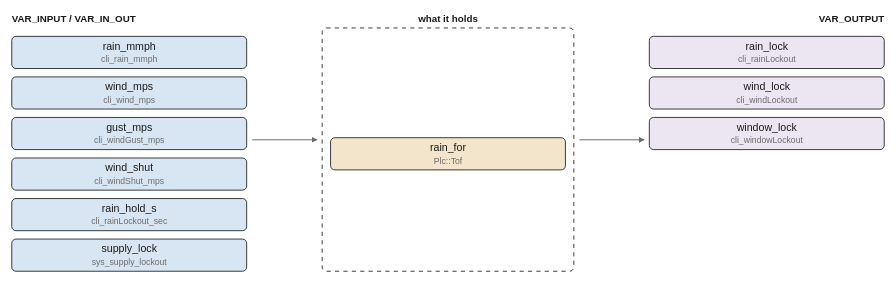
Earlier version of the draw.io export images/logic/roof_lockout.drawio.svg (pstch/botanik2). Source tidied: cells renumbered, new cells last; positions are measured from the earlier drawing's top-left corner, leaving out a move shared by most shapes. Its diagram source:
```xml
<mxGraphModel>
  <root>
    <mxCell id="0" />
    <mxCell id="1" parent="0" />
    <mxCell id="2" value="VAR_INPUT / VAR_IN_OUT" style="text;html=1;fontSize=7;fontColor=#1a1a1a;align=left;fontStyle=1;" parent="1" vertex="1">
      <mxGeometry width="110" height="11" as="geometry" />
    </mxCell>
    <mxCell id="3" value="what it holds" style="text;html=1;fontSize=7;fontColor=#1a1a1a;align=center;fontStyle=1;" parent="1" vertex="1">
      <mxGeometry x="312" width="65" height="11" as="geometry" />
    </mxCell>
    <mxCell id="4" value="VAR_OUTPUT" style="text;html=1;fontSize=7;fontColor=#1a1a1a;align=left;fontStyle=1;" parent="1" vertex="1">
      <mxGeometry x="624" width="50" height="11" as="geometry" />
    </mxCell>
    <mxCell id="5" value="rain_mmph" style="rounded=1;fillColor=#d8e6f3;strokeColor=#1a1a1a;whiteSpace=wrap;html=1;fontSize=8;" parent="1" vertex="1">
      <mxGeometry y="17" width="168" height="23" as="geometry" />
    </mxCell>
    <mxCell id="6" value="wind_mps" style="rounded=1;fillColor=#d8e6f3;strokeColor=#1a1a1a;whiteSpace=wrap;html=1;fontSize=8;" parent="1" vertex="1">
      <mxGeometry y="46" width="168" height="23" as="geometry" />
    </mxCell>
    <mxCell id="7" value="gust_mps" style="rounded=1;fillColor=#d8e6f3;strokeColor=#1a1a1a;whiteSpace=wrap;html=1;fontSize=8;" parent="1" vertex="1">
      <mxGeometry y="75" width="168" height="23" as="geometry" />
    </mxCell>
    <mxCell id="8" value="wind_shut" style="rounded=1;fillColor=#d8e6f3;strokeColor=#1a1a1a;whiteSpace=wrap;html=1;fontSize=8;" parent="1" vertex="1">
      <mxGeometry y="104" width="168" height="23" as="geometry" />
    </mxCell>
    <mxCell id="9" value="rain_hold_s" style="rounded=1;fillColor=#d8e6f3;strokeColor=#1a1a1a;whiteSpace=wrap;html=1;fontSize=8;" parent="1" vertex="1">
      <mxGeometry y="133" width="168" height="23" as="geometry" />
    </mxCell>
    <mxCell id="10" value="supply_lock" style="rounded=1;fillColor=#d8e6f3;strokeColor=#1a1a1a;whiteSpace=wrap;html=1;fontSize=8;" parent="1" vertex="1">
      <mxGeometry y="162" width="168" height="23" as="geometry" />
    </mxCell>
    <mxCell id="11" value="rain_lock" style="rounded=1;fillColor=#ece6f2;strokeColor=#1a1a1a;whiteSpace=wrap;html=1;fontSize=8;" parent="1" vertex="1">
      <mxGeometry x="456" y="17" width="168" height="23" as="geometry" />
    </mxCell>
    <mxCell id="12" value="wind_lock" style="rounded=1;fillColor=#ece6f2;strokeColor=#1a1a1a;whiteSpace=wrap;html=1;fontSize=8;" parent="1" vertex="1">
      <mxGeometry x="456" y="46" width="168" height="23" as="geometry" />
    </mxCell>
    <mxCell id="13" value="window_lock" style="rounded=1;fillColor=#ece6f2;strokeColor=#1a1a1a;whiteSpace=wrap;html=1;fontSize=8;" parent="1" vertex="1">
      <mxGeometry x="456" y="75" width="168" height="23" as="geometry" />
    </mxCell>
    <mxCell id="14" style="rounded=1;fillColor=#ffffff;strokeColor=#1a1a1a;whiteSpace=wrap;html=1;fontSize=8;dashed=1;" parent="1" vertex="1">
      <mxGeometry x="222" y="11" width="180" height="174" as="geometry" />
    </mxCell>
    <mxCell id="15" value="rain_for" style="rounded=1;fillColor=#f2e5cc;strokeColor=#1a1a1a;whiteSpace=wrap;html=1;fontSize=8;" parent="1" vertex="1">
      <mxGeometry x="228" y="89.5" width="168" height="23" as="geometry" />
    </mxCell>
    <mxCell id="16" style="edgeStyle=none;html=1;strokeColor=#6b6b6b;endArrow=block;" parent="1" edge="1">
      <mxGeometry relative="1" as="geometry">
        <mxPoint x="172" y="91" as="sourcePoint" />
        <mxPoint x="218" y="91" as="targetPoint" />
      </mxGeometry>
    </mxCell>
    <mxCell id="17" style="edgeStyle=none;html=1;strokeColor=#6b6b6b;endArrow=block;" parent="1" edge="1">
      <mxGeometry relative="1" as="geometry">
        <mxPoint x="406" y="91" as="sourcePoint" />
        <mxPoint x="452" y="91" as="targetPoint" />
      </mxGeometry>
    </mxCell>
  </root>
</mxGraphModel>
```
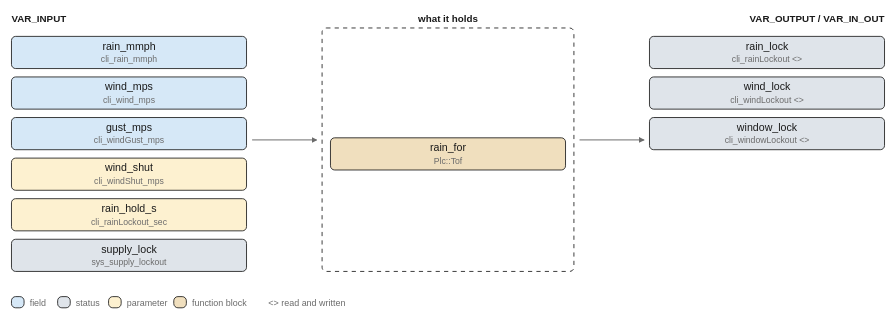
After the commit.

What changed in the source:
```diff
@@ -2,46 +2,46 @@
   <root>
     <mxCell id="0" />
     <mxCell id="1" parent="0" />
-    <mxCell id="2" value="VAR_INPUT / VAR_IN_OUT" style="text;html=1;fontSize=7;fontColor=#1a1a1a;align=left;fontStyle=1;" parent="1" vertex="1">
-      <mxGeometry width="110" height="11" as="geometry" />
+    <mxCell id="2" value="VAR_INPUT" style="text;html=1;fontSize=7;fontColor=#1a1a1a;align=left;fontStyle=1;" parent="1" vertex="1">
+      <mxGeometry width="45" height="11" as="geometry" />
     </mxCell>
     <mxCell id="3" value="what it holds" style="text;html=1;fontSize=7;fontColor=#1a1a1a;align=center;fontStyle=1;" parent="1" vertex="1">
       <mxGeometry x="312" width="65" height="11" as="geometry" />
     </mxCell>
-    <mxCell id="4" value="VAR_OUTPUT" style="text;html=1;fontSize=7;fontColor=#1a1a1a;align=left;fontStyle=1;" parent="1" vertex="1">
-      <mxGeometry x="624" width="50" height="11" as="geometry" />
+    <mxCell id="4" value="VAR_OUTPUT / VAR_IN_OUT" style="text;html=1;fontSize=7;fontColor=#1a1a1a;align=left;fontStyle=1;" parent="1" vertex="1">
+      <mxGeometry x="624" width="115" height="11" as="geometry" />
     </mxCell>
-    <mxCell id="5" value="rain_mmph" style="rounded=1;fillColor=#d8e6f3;strokeColor=#1a1a1a;whiteSpace=wrap;html=1;fontSize=8;" parent="1" vertex="1">
+    <mxCell id="5" value="rain_mmph" style="rounded=1;fillColor=#d6e8f7;strokeColor=#1a1a1a;whiteSpace=wrap;html=1;fontSize=8;" parent="1" vertex="1">
       <mxGeometry y="17" width="168" height="23" as="geometry" />
     </mxCell>
-    <mxCell id="6" value="wind_mps" style="rounded=1;fillColor=#d8e6f3;strokeColor=#1a1a1a;whiteSpace=wrap;html=1;fontSize=8;" parent="1" vertex="1">
+    <mxCell id="6" value="wind_mps" style="rounded=1;fillColor=#d6e8f7;strokeColor=#1a1a1a;whiteSpace=wrap;html=1;fontSize=8;" parent="1" vertex="1">
       <mxGeometry y="46" width="168" height="23" as="geometry" />
     </mxCell>
-    <mxCell id="7" value="gust_mps" style="rounded=1;fillColor=#d8e6f3;strokeColor=#1a1a1a;whiteSpace=wrap;html=1;fontSize=8;" parent="1" vertex="1">
+    <mxCell id="7" value="gust_mps" style="rounded=1;fillColor=#d6e8f7;strokeColor=#1a1a1a;whiteSpace=wrap;html=1;fontSize=8;" parent="1" vertex="1">
       <mxGeometry y="75" width="168" height="23" as="geometry" />
     </mxCell>
-    <mxCell id="8" value="wind_shut" style="rounded=1;fillColor=#d8e6f3;strokeColor=#1a1a1a;whiteSpace=wrap;html=1;fontSize=8;" parent="1" vertex="1">
+    <mxCell id="8" value="wind_shut" style="rounded=1;fillColor=#fdf1d0;strokeColor=#1a1a1a;whiteSpace=wrap;html=1;fontSize=8;" parent="1" vertex="1">
       <mxGeometry y="104" width="168" height="23" as="geometry" />
     </mxCell>
-    <mxCell id="9" value="rain_hold_s" style="rounded=1;fillColor=#d8e6f3;strokeColor=#1a1a1a;whiteSpace=wrap;html=1;fontSize=8;" parent="1" vertex="1">
+    <mxCell id="9" value="rain_hold_s" style="rounded=1;fillColor=#fdf1d0;strokeColor=#1a1a1a;whiteSpace=wrap;html=1;fontSize=8;" parent="1" vertex="1">
       <mxGeometry y="133" width="168" height="23" as="geometry" />
     </mxCell>
-    <mxCell id="10" value="supply_lock" style="rounded=1;fillColor=#d8e6f3;strokeColor=#1a1a1a;whiteSpace=wrap;html=1;fontSize=8;" parent="1" vertex="1">
+    <mxCell id="10" value="supply_lock" style="rounded=1;fillColor=#dfe4ea;strokeColor=#1a1a1a;whiteSpace=wrap;html=1;fontSize=8;" parent="1" vertex="1">
       <mxGeometry y="162" width="168" height="23" as="geometry" />
     </mxCell>
-    <mxCell id="11" value="rain_lock" style="rounded=1;fillColor=#ece6f2;strokeColor=#1a1a1a;whiteSpace=wrap;html=1;fontSize=8;" parent="1" vertex="1">
+    <mxCell id="11" value="rain_lock" style="rounded=1;fillColor=#dfe4ea;strokeColor=#1a1a1a;whiteSpace=wrap;html=1;fontSize=8;" parent="1" vertex="1">
       <mxGeometry x="456" y="17" width="168" height="23" as="geometry" />
     </mxCell>
-    <mxCell id="12" value="wind_lock" style="rounded=1;fillColor=#ece6f2;strokeColor=#1a1a1a;whiteSpace=wrap;html=1;fontSize=8;" parent="1" vertex="1">
+    <mxCell id="12" value="wind_lock" style="rounded=1;fillColor=#dfe4ea;strokeColor=#1a1a1a;whiteSpace=wrap;html=1;fontSize=8;" parent="1" vertex="1">
       <mxGeometry x="456" y="46" width="168" height="23" as="geometry" />
     </mxCell>
-    <mxCell id="13" value="window_lock" style="rounded=1;fillColor=#ece6f2;strokeColor=#1a1a1a;whiteSpace=wrap;html=1;fontSize=8;" parent="1" vertex="1">
+    <mxCell id="13" value="window_lock" style="rounded=1;fillColor=#dfe4ea;strokeColor=#1a1a1a;whiteSpace=wrap;html=1;fontSize=8;" parent="1" vertex="1">
       <mxGeometry x="456" y="75" width="168" height="23" as="geometry" />
     </mxCell>
     <mxCell id="14" style="rounded=1;fillColor=#ffffff;strokeColor=#1a1a1a;whiteSpace=wrap;html=1;fontSize=8;dashed=1;" parent="1" vertex="1">
       <mxGeometry x="222" y="11" width="180" height="174" as="geometry" />
     </mxCell>
-    <mxCell id="15" value="rain_for" style="rounded=1;fillColor=#f2e5cc;strokeColor=#1a1a1a;whiteSpace=wrap;html=1;fontSize=8;" parent="1" vertex="1">
+    <mxCell id="15" value="rain_for" style="rounded=1;fillColor=#f0dfbe;strokeColor=#1a1a1a;whiteSpace=wrap;html=1;fontSize=8;" parent="1" vertex="1">
       <mxGeometry x="228" y="89.5" width="168" height="23" as="geometry" />
     </mxCell>
     <mxCell id="16" style="edgeStyle=none;html=1;strokeColor=#6b6b6b;endArrow=block;" parent="1" edge="1">
@@ -56,5 +56,32 @@
         <mxPoint x="452" y="91" as="targetPoint" />
       </mxGeometry>
     </mxCell>
+    <mxCell id="18" style="rounded=1;fillColor=#d6e8f7;strokeColor=#1a1a1a;whiteSpace=wrap;html=1;fontSize=8;" parent="1" vertex="1">
+      <mxGeometry y="203" width="9" height="8" as="geometry" />
+    </mxCell>
+    <mxCell id="19" value="field" style="text;html=1;fontSize=6;fontColor=#6b6b6b;align=left;" parent="1" vertex="1">
+      <mxGeometry x="13" y="203.6" width="40" height="10.4" as="geometry" />
+    </mxCell>
+    <mxCell id="20" style="rounded=1;fillColor=#dfe4ea;strokeColor=#1a1a1a;whiteSpace=wrap;html=1;fontSize=8;" parent="1" vertex="1">
+      <mxGeometry x="33" y="203" width="9" height="8" as="geometry" />
+    </mxCell>
+    <mxCell id="21" value="status" style="text;html=1;fontSize=6;fontColor=#6b6b6b;align=left;" parent="1" vertex="1">
+      <mxGeometry x="46" y="203.6" width="40" height="10.4" as="geometry" />
+    </mxCell>
+    <mxCell id="22" style="rounded=1;fillColor=#fdf1d0;strokeColor=#1a1a1a;whiteSpace=wrap;html=1;fontSize=8;" parent="1" vertex="1">
+      <mxGeometry x="69.4" y="203" width="9" height="8" as="geometry" />
+    </mxCell>
+    <mxCell id="23" value="parameter" style="text;html=1;fontSize=6;fontColor=#6b6b6b;align=left;" parent="1" vertex="1">
+      <mxGeometry x="82.4" y="203.6" width="45" height="10.4" as="geometry" />
+    </mxCell>
+    <mxCell id="24" style="rounded=1;fillColor=#f0dfbe;strokeColor=#1a1a1a;whiteSpace=wrap;html=1;fontSize=8;" parent="1" vertex="1">
+      <mxGeometry x="116" y="203" width="9" height="8" as="geometry" />
+    </mxCell>
+    <mxCell id="25" value="function block" style="text;html=1;fontSize=6;fontColor=#6b6b6b;align=left;" parent="1" vertex="1">
+      <mxGeometry x="129" y="203.6" width="70" height="10.4" as="geometry" />
+    </mxCell>
+    <mxCell id="26" value="&lt;&gt; read and written" style="text;html=1;fontSize=6;fontColor=#6b6b6b;align=left;" parent="1" vertex="1">
+      <mxGeometry x="183.6" y="203.6" width="95" height="10.4" as="geometry" />
+    </mxCell>
   </root>
 </mxGraphModel>
```
